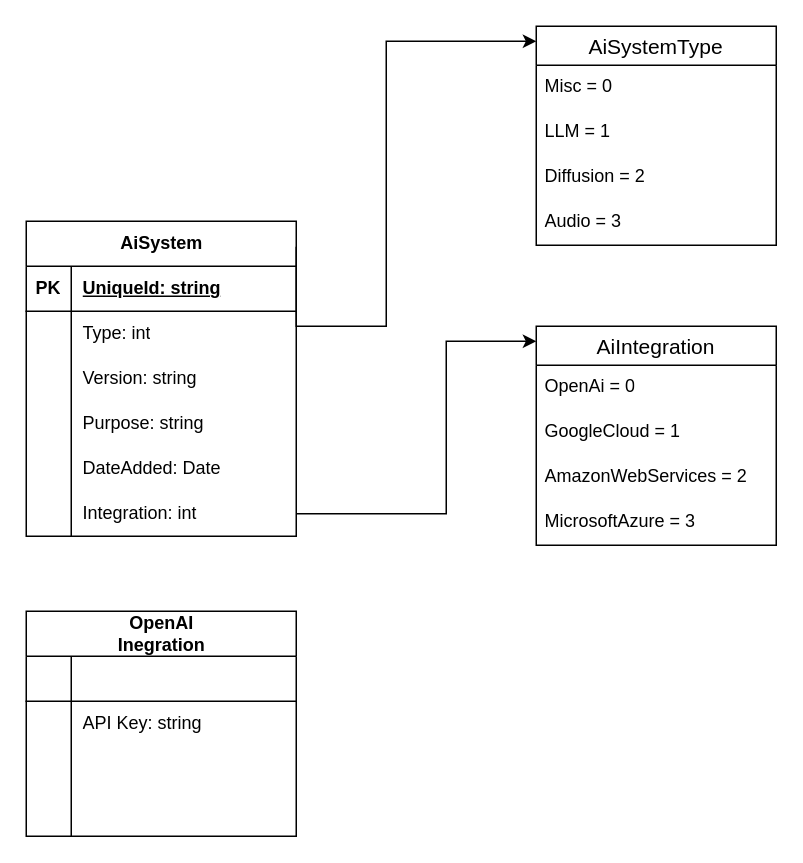
Before: DrawIO/BaeERD.drawio in Proftaak-S3-TeamBae/Specification, a draw.io diagram. Source tidied: cells renumbered, new cells numbered last; positions are measured from the earlier drawing's top-left corner, leaving out a move shared by most shapes. Both pictures are drawn from the tidied source at 150%, with x=0, y=0 at pixel (26, 26).
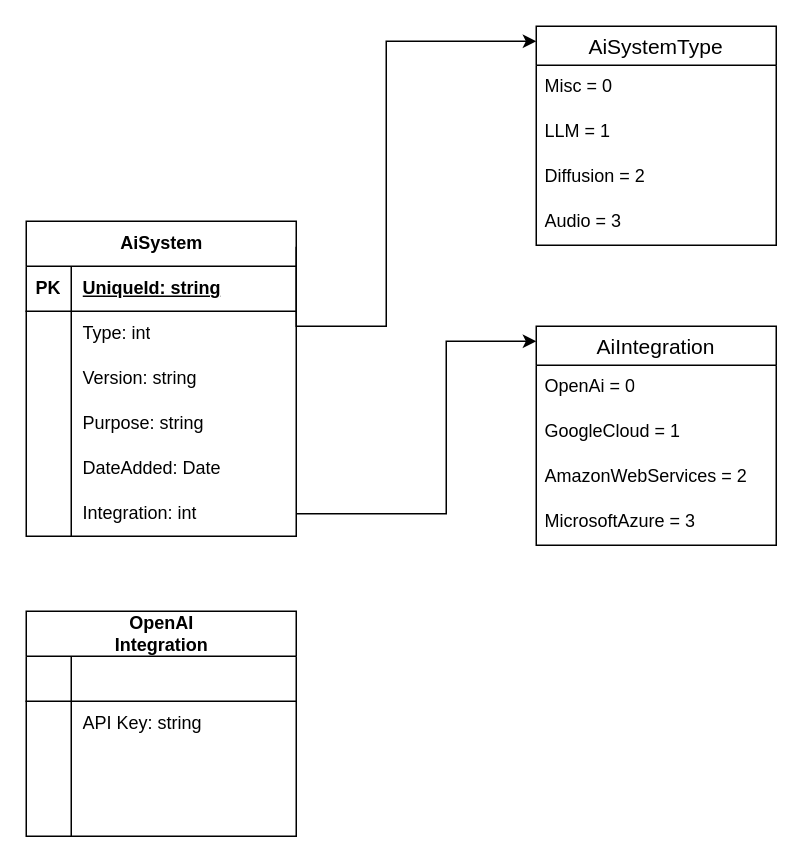
The same page after the edit.

Commit message (it also covers changes not shown here):
Context Diagram added

Change to the diagram source:
```diff
@@
-    <mxCell id="33" value="&lt;div&gt;OpenAI&lt;/div&gt;Inegration" style="shape=table;startSize=30;childLayout=tableLayout;rowLines=0;fontStyle=1;align=center;html=1;" parent="1" vertex="1">
+    <mxCell id="33" value="&lt;div&gt;OpenAI&lt;/div&gt;Integration" style="shape=table;startSize=30;childLayout=tableLayout;rowLines=0;fontStyle=1;align=center;html=1;" parent="1" vertex="1">
       <mxGeometry y="390" width="180" height="150" as="geometry" />
     </mxCell>
```
